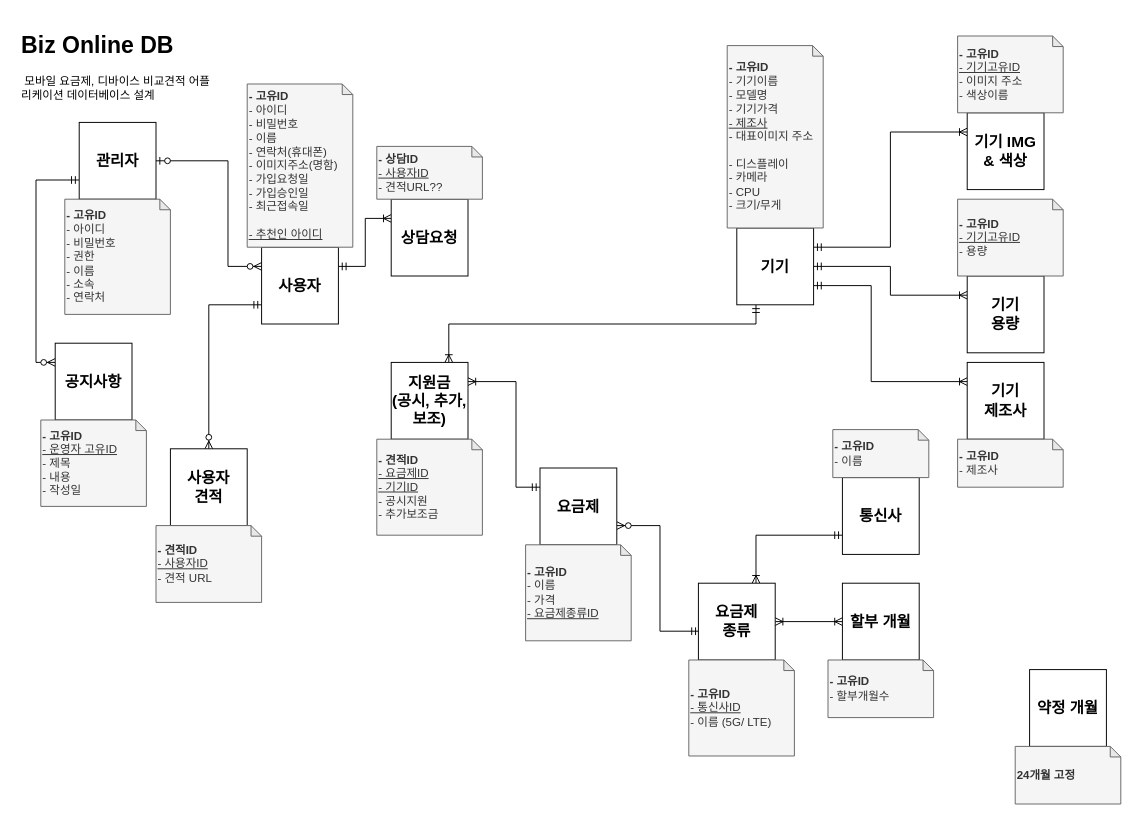
Before: drawio/biz_online_db.drawio in tjgmlfbs124/Outsourcing-bizOnline, a draw.io diagram. Source tidied: cells renumbered, new cells numbered last; positions are measured from the earlier drawing's top-left corner, leaving out a move shared by most shapes. Both pictures are drawn from the tidied source at 96%, with x=0, y=0 at pixel (16, 26).
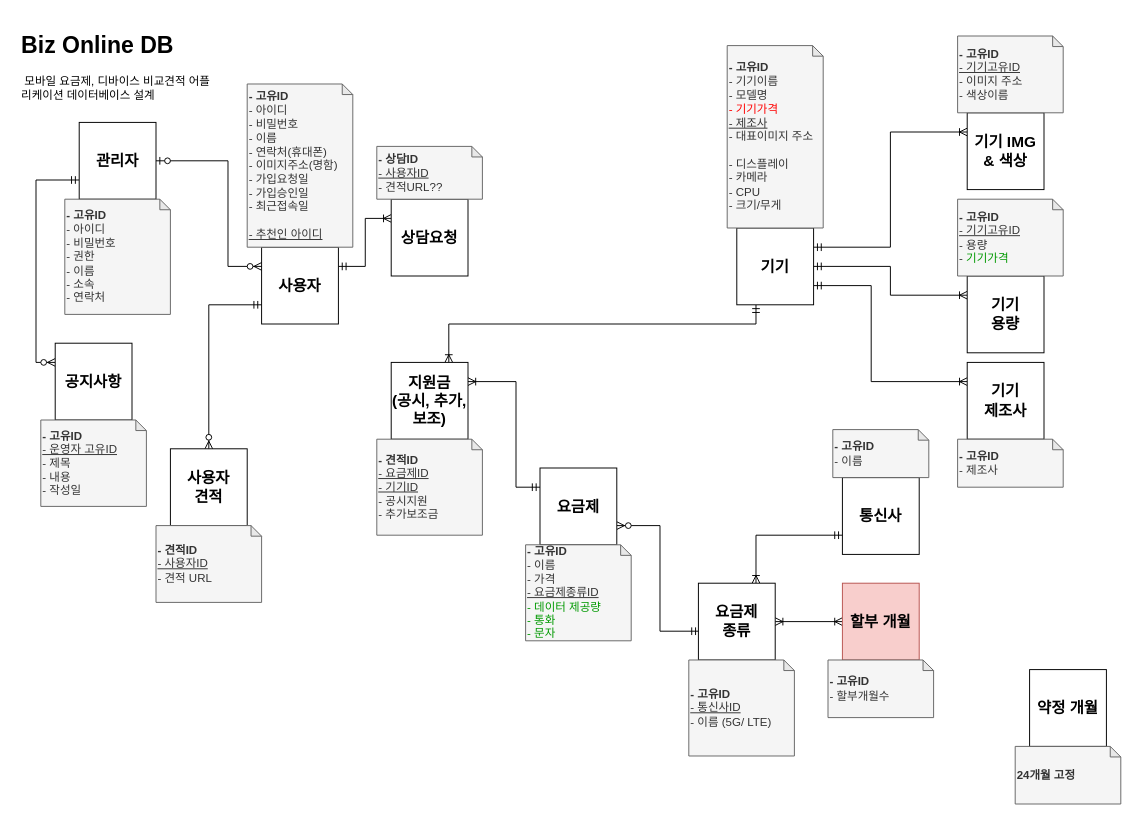
After the change.

The edit, as a diff of the source:
```diff
@@
-    <mxCell id="14" value="&lt;b&gt;- 고유ID&lt;/b&gt;&lt;br&gt;- 기기이름&lt;br&gt;- 모델명&lt;br&gt;- 기기가격&lt;br&gt;&lt;u&gt;- 제조사&lt;br&gt;&lt;/u&gt;- 대표이미지 주소&lt;br&gt;&lt;br&gt;- 디스플레이&lt;br&gt;- 카메라&lt;br&gt;- CPU&lt;br&gt;- 크기/무게" style="shape=note;whiteSpace=wrap;html=1;backgroundOutline=1;darkOpacity=0.05;align=left;size=11;fillColor=#f5f5f5;strokeColor=#666666;fontColor=#333333;" parent="1" vertex="1">
+    <mxCell id="14" value="&lt;b&gt;- 고유ID&lt;/b&gt;&lt;br&gt;- 기기이름&lt;br&gt;- 모델명&lt;br&gt;&lt;font color=&quot;#ff0000&quot;&gt;- 기기가격&lt;br&gt;&lt;/font&gt;&lt;u&gt;- 제조사&lt;br&gt;&lt;/u&gt;- 대표이미지 주소&lt;br&gt;&lt;br&gt;- 디스플레이&lt;br&gt;- 카메라&lt;br&gt;- CPU&lt;br&gt;- 크기/무게" style="shape=note;whiteSpace=wrap;html=1;backgroundOutline=1;darkOpacity=0.05;align=left;size=11;fillColor=#f5f5f5;strokeColor=#666666;fontColor=#333333;" parent="1" vertex="1">
       <mxGeometry x="740" y="20" width="100" height="190" as="geometry" />
     </mxCell>
@@
-    <mxCell id="23" value="&lt;b&gt;- 고유ID&lt;/b&gt;&lt;br&gt;&lt;u&gt;- 기기고유ID&lt;/u&gt;&lt;br&gt;- 용량" style="shape=note;whiteSpace=wrap;html=1;backgroundOutline=1;darkOpacity=0.05;align=left;size=11;fillColor=#f5f5f5;strokeColor=#666666;fontColor=#333333;" parent="1" vertex="1">
+    <mxCell id="23" value="&lt;b&gt;- 고유ID&lt;/b&gt;&lt;br&gt;&lt;u&gt;- 기기고유ID&lt;/u&gt;&lt;br&gt;- 용량&lt;br&gt;- &lt;font color=&quot;#009900&quot;&gt;기기가격&lt;/font&gt;" style="shape=note;whiteSpace=wrap;html=1;backgroundOutline=1;darkOpacity=0.05;align=left;size=11;fillColor=#f5f5f5;strokeColor=#666666;fontColor=#333333;" parent="1" vertex="1">
       <mxGeometry x="980" y="180" width="110" height="80" as="geometry" />
     </mxCell>
-    <mxCell id="24" value="&lt;b&gt;- 고유ID&lt;/b&gt;&lt;br&gt;- 이름&lt;br&gt;- 가격&lt;u&gt;&lt;br&gt;- 요금제종류ID&lt;br&gt;&lt;/u&gt;" style="shape=note;whiteSpace=wrap;html=1;backgroundOutline=1;darkOpacity=0.05;align=left;size=11;fillColor=#f5f5f5;strokeColor=#666666;fontColor=#333333;" parent="1" vertex="1">
+    <mxCell id="24" value="&lt;b&gt;- 고유ID&lt;/b&gt;&lt;br&gt;- 이름&lt;br&gt;- 가격&lt;br&gt;&lt;u&gt;- 요금제종류ID&lt;/u&gt;&lt;br&gt;&lt;font color=&quot;#009900&quot;&gt;- 데이터 제공량&lt;br&gt;- 통화&lt;br&gt;- 문자&lt;/font&gt;" style="shape=note;whiteSpace=wrap;html=1;backgroundOutline=1;darkOpacity=0.05;align=left;size=11;fillColor=#f5f5f5;strokeColor=#666666;fontColor=#333333;" parent="1" vertex="1">
       <mxGeometry x="530" y="540" width="110" height="100" as="geometry" />
     </mxCell>
@@
-    <mxCell id="37" value="&lt;b&gt;할부 개월&lt;/b&gt;" style="whiteSpace=wrap;html=1;fontSize=16;" parent="1" vertex="1">
+    <mxCell id="37" value="&lt;b&gt;할부 개월&lt;/b&gt;" style="whiteSpace=wrap;html=1;fontSize=16;fillColor=#f8cecc;strokeColor=#b85450;" parent="1" vertex="1">
       <mxGeometry x="860" y="580" width="80" height="80" as="geometry" />
     </mxCell>
```
